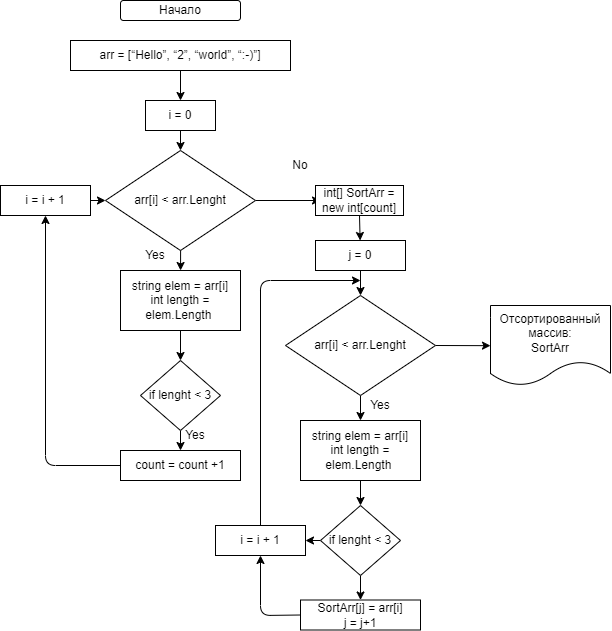
The draw.io diagram block.drawio.png in StaxxxInc/ControlWork, before a commit. Source tidied: cells renumbered, new cells last; positions are measured from the earlier drawing's top-left corner, leaving out a move shared by most shapes.
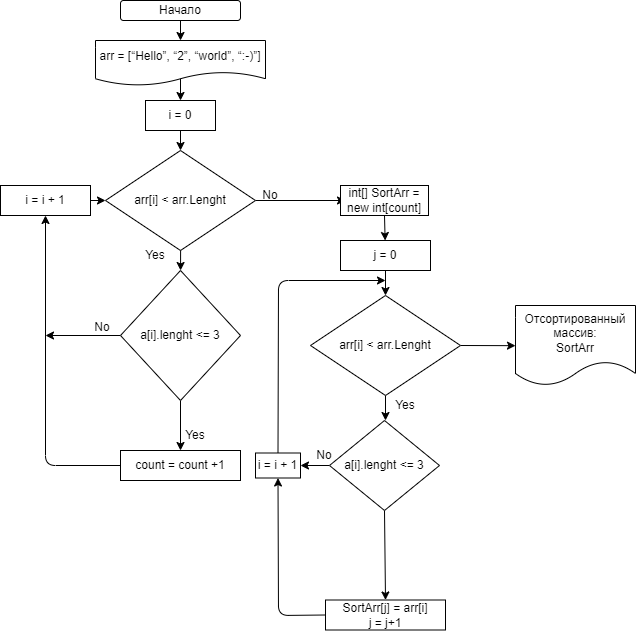
The same diagram one commit later.

Commit message:
программа готова + подправлена блок схема

Diff of the diagram source:
```diff
@@ -2,18 +2,22 @@
   <root>
     <mxCell id="0" />
     <mxCell id="1" parent="0" />
+    <mxCell id="40" style="edgeStyle=none;html=1;exitX=0.5;exitY=1;exitDx=0;exitDy=0;entryX=0.5;entryY=0;entryDx=0;entryDy=0;" parent="1" edge="1" source="2">
+      <mxGeometry relative="1" as="geometry">
+        <mxPoint x="180" y="40" as="targetPoint" />
+      </mxGeometry>
+    </mxCell>
     <mxCell id="2" value="Начало" style="rounded=1;whiteSpace=wrap;html=1;" parent="1" vertex="1">
       <mxGeometry x="120" width="120" height="20" as="geometry" />
     </mxCell>
-    <mxCell id="3" style="edgeStyle=none;html=1;exitX=0.5;exitY=1;exitDx=0;exitDy=0;entryX=0.5;entryY=0;entryDx=0;entryDy=0;" parent="1" edge="1" source="4" target="8">
-      <mxGeometry relative="1" as="geometry" />
+    <mxCell id="3" style="edgeStyle=none;html=1;exitX=0.5;exitY=1;exitDx=0;exitDy=0;entryX=0.5;entryY=0;entryDx=0;entryDy=0;" parent="1" edge="1" target="8">
+      <mxGeometry relative="1" as="geometry">
+        <mxPoint x="180" y="70" as="sourcePoint" />
+      </mxGeometry>
     </mxCell>
-    <mxCell id="4" value="arr = [“Hello”, “2”, “world”, “:-)”]" style="rounded=0;whiteSpace=wrap;html=1;" parent="1" vertex="1">
-      <mxGeometry x="70" y="40" width="220" height="30" as="geometry" />
-    </mxCell>
-    <mxCell id="5" style="edgeStyle=none;html=1;" parent="1" edge="1" source="6">
+    <mxCell id="5" style="edgeStyle=none;html=1;exitX=1;exitY=0.5;exitDx=0;exitDy=0;" parent="1" edge="1" source="6">
       <mxGeometry relative="1" as="geometry">
-        <mxPoint x="320" y="200" as="targetPoint" />
+        <mxPoint x="345" y="200" as="targetPoint" />
       </mxGeometry>
     </mxCell>
     <mxCell id="6" value="arr[i] &amp;lt; arr.Lenght" style="rhombus;whiteSpace=wrap;html=1;" parent="1" vertex="1">
@@ -31,26 +35,24 @@
     <mxCell id="10" value="i = i + 1" style="rounded=0;whiteSpace=wrap;html=1;" parent="1" vertex="1">
       <mxGeometry y="185" width="90" height="30" as="geometry" />
     </mxCell>
-    <mxCell id="11" style="edgeStyle=none;html=1;exitX=1.002;exitY=0.333;exitDx=0;exitDy=0;exitPerimeter=0;" parent="1" edge="1" source="12" target="15">
-      <mxGeometry relative="1" as="geometry" />
+    <mxCell id="11" style="edgeStyle=none;html=1;exitX=1.002;exitY=0.333;exitDx=0;exitDy=0;exitPerimeter=0;" parent="1" edge="1" source="12">
+      <mxGeometry relative="1" as="geometry">
+        <mxPoint x="180.1" y="270" as="targetPoint" />
+      </mxGeometry>
     </mxCell>
     <mxCell id="12" value="Yes" style="text;html=1;strokeColor=none;fillColor=none;align=center;verticalAlign=middle;whiteSpace=wrap;rounded=0;" parent="1" vertex="1">
       <mxGeometry x="130" y="240" width="50" height="30" as="geometry" />
     </mxCell>
-    <mxCell id="13" value="No" style="text;html=1;strokeColor=none;fillColor=none;align=center;verticalAlign=middle;whiteSpace=wrap;rounded=0;" parent="1" vertex="1">
-      <mxGeometry x="270" y="150" width="60" height="30" as="geometry" />
-    </mxCell>
-    <mxCell id="14" style="edgeStyle=none;html=1;exitX=0.5;exitY=1;exitDx=0;exitDy=0;" parent="1" edge="1" source="15" target="17">
-      <mxGeometry relative="1" as="geometry" />
-    </mxCell>
-    <mxCell id="15" value="&lt;span&gt;string elem = arr[i]&lt;br&gt;int length = elem.Length&amp;nbsp;&lt;/span&gt;" style="rounded=0;whiteSpace=wrap;html=1;" parent="1" vertex="1">
-      <mxGeometry x="120" y="270" width="120" height="60" as="geometry" />
-    </mxCell>
     <mxCell id="16" style="edgeStyle=none;html=1;exitX=0.5;exitY=1;exitDx=0;exitDy=0;entryX=0.5;entryY=0;entryDx=0;entryDy=0;" parent="1" edge="1" source="17" target="19">
       <mxGeometry relative="1" as="geometry" />
     </mxCell>
+    <mxCell id="41" style="edgeStyle=none;html=1;exitX=0;exitY=0.5;exitDx=0;exitDy=0;" parent="1" edge="1" source="17">
+      <mxGeometry relative="1" as="geometry">
+        <mxPoint x="45" y="335" as="targetPoint" />
+      </mxGeometry>
+    </mxCell>
-    <mxCell id="17" value="if lenght &amp;lt; 3" style="rhombus;whiteSpace=wrap;html=1;" parent="1" vertex="1">
-      <mxGeometry x="140" y="360" width="80" height="70" as="geometry" />
+    <mxCell id="17" value="a[i].lenght &amp;lt;= 3" style="rhombus;whiteSpace=wrap;html=1;" parent="1" vertex="1">
+      <mxGeometry x="120" y="270" width="120" height="130" as="geometry" />
     </mxCell>
     <mxCell id="18" style="edgeStyle=none;html=1;entryX=0.5;entryY=1;entryDx=0;entryDy=0;" parent="1" edge="1" source="19" target="10">
       <mxGeometry relative="1" as="geometry">
@@ -69,71 +71,85 @@
       <mxGeometry relative="1" as="geometry" />
     </mxCell>
     <mxCell id="22" value="j = 0" style="rounded=0;whiteSpace=wrap;html=1;" parent="1" vertex="1">
-      <mxGeometry x="315" y="240" width="90" height="30" as="geometry" />
+      <mxGeometry x="340" y="240" width="90" height="30" as="geometry" />
     </mxCell>
-    <mxCell id="23" style="edgeStyle=none;html=1;exitX=0.5;exitY=1;exitDx=0;exitDy=0;" parent="1" edge="1" source="25" target="27">
-      <mxGeometry relative="1" as="geometry" />
+    <mxCell id="23" style="edgeStyle=none;html=1;exitX=0.5;exitY=1;exitDx=0;exitDy=0;" parent="1" edge="1" source="25">
+      <mxGeometry relative="1" as="geometry">
+        <mxPoint x="385" y="420" as="targetPoint" />
+      </mxGeometry>
     </mxCell>
     <mxCell id="24" style="edgeStyle=none;html=1;exitX=1;exitY=0.5;exitDx=0;exitDy=0;" parent="1" edge="1" source="25">
       <mxGeometry relative="1" as="geometry">
-        <mxPoint x="490" y="345.2" as="targetPoint" />
+        <mxPoint x="515" y="345.2" as="targetPoint" />
       </mxGeometry>
     </mxCell>
     <mxCell id="25" value="arr[i] &amp;lt; arr.Lenght" style="rhombus;whiteSpace=wrap;html=1;" parent="1" vertex="1">
-      <mxGeometry x="285" y="295" width="150" height="100" as="geometry" />
+      <mxGeometry x="310" y="295" width="150" height="100" as="geometry" />
     </mxCell>
-    <mxCell id="26" style="edgeStyle=none;html=1;exitX=0.5;exitY=1;exitDx=0;exitDy=0;entryX=0.5;entryY=0;entryDx=0;entryDy=0;" parent="1" edge="1" source="27" target="30">
-      <mxGeometry relative="1" as="geometry" />
+    <mxCell id="26" style="edgeStyle=none;html=1;exitX=0.5;exitY=1;exitDx=0;exitDy=0;entryX=0.5;entryY=0;entryDx=0;entryDy=0;" parent="1" edge="1">
+      <mxGeometry relative="1" as="geometry">
+        <mxPoint x="385" y="480" as="sourcePoint" />
+        <mxPoint x="385" y="505" as="targetPoint" />
+      </mxGeometry>
     </mxCell>
-    <mxCell id="27" value="&lt;span&gt;string elem = arr[i]&lt;br&gt;int length = elem.Length&amp;nbsp;&lt;/span&gt;" style="rounded=0;whiteSpace=wrap;html=1;" parent="1" vertex="1">
-      <mxGeometry x="300" y="420" width="120" height="60" as="geometry" />
-    </mxCell>
-    <mxCell id="28" style="edgeStyle=none;html=1;exitX=0.5;exitY=1;exitDx=0;exitDy=0;entryX=0.5;entryY=0;entryDx=0;entryDy=0;" parent="1" edge="1" source="30" target="32">
+    <mxCell id="28" style="edgeStyle=none;html=1;exitX=0.5;exitY=1;exitDx=0;exitDy=0;entryX=0.5;entryY=0;entryDx=0;entryDy=0;" parent="1" edge="1" source="43" target="32">
       <mxGeometry relative="1" as="geometry" />
     </mxCell>
-    <mxCell id="29" style="edgeStyle=none;html=1;exitX=0;exitY=0.5;exitDx=0;exitDy=0;" parent="1" edge="1" source="30" target="39">
-      <mxGeometry relative="1" as="geometry" />
-    </mxCell>
-    <mxCell id="30" value="if lenght &amp;lt; 3" style="rhombus;whiteSpace=wrap;html=1;" parent="1" vertex="1">
-      <mxGeometry x="320" y="505" width="80" height="70" as="geometry" />
-    </mxCell>
     <mxCell id="31" style="edgeStyle=none;html=1;exitX=0;exitY=0.5;exitDx=0;exitDy=0;entryX=0.5;entryY=1;entryDx=0;entryDy=0;" parent="1" edge="1" source="32" target="39">
       <mxGeometry relative="1" as="geometry">
         <Array as="points">
-          <mxPoint x="260" y="615" />
+          <mxPoint x="278" y="615" />
         </Array>
       </mxGeometry>
     </mxCell>
     <mxCell id="32" value="SortArr[j] = arr[i]&lt;br&gt;j = j+1" style="rounded=0;whiteSpace=wrap;html=1;" parent="1" vertex="1">
-      <mxGeometry x="300" y="599.5" width="120" height="30" as="geometry" />
+      <mxGeometry x="325" y="599.5" width="120" height="30" as="geometry" />
     </mxCell>
     <mxCell id="33" style="edgeStyle=none;html=1;exitX=0.5;exitY=1;exitDx=0;exitDy=0;" parent="1" edge="1" source="35">
       <mxGeometry relative="1" as="geometry">
-        <mxPoint x="359.3" y="215.2" as="targetPoint" />
+        <mxPoint x="384.3" y="215.2" as="targetPoint" />
       </mxGeometry>
     </mxCell>
     <mxCell id="34" style="edgeStyle=none;html=1;exitX=0.5;exitY=1;exitDx=0;exitDy=0;" parent="1" edge="1" source="35" target="22">
       <mxGeometry relative="1" as="geometry" />
     </mxCell>
     <mxCell id="35" value="&lt;span&gt;int[] SortArr = new int[count]&lt;/span&gt;" style="rounded=0;whiteSpace=wrap;html=1;" parent="1" vertex="1">
-      <mxGeometry x="315" y="185" width="88" height="30" as="geometry" />
+      <mxGeometry x="340" y="185" width="88" height="30" as="geometry" />
     </mxCell>
     <mxCell id="36" value="Yes" style="text;html=1;strokeColor=none;fillColor=none;align=center;verticalAlign=middle;whiteSpace=wrap;rounded=0;" parent="1" vertex="1">
-      <mxGeometry x="355" y="390" width="50" height="30" as="geometry" />
+      <mxGeometry x="380" y="390" width="50" height="30" as="geometry" />
     </mxCell>
     <mxCell id="37" value="Отсортированный массив:&lt;br&gt;SortArr" style="shape=document;whiteSpace=wrap;html=1;boundedLbl=1;" parent="1" vertex="1">
-      <mxGeometry x="490" y="305" width="120" height="80" as="geometry" />
+      <mxGeometry x="515" y="305" width="120" height="80" as="geometry" />
     </mxCell>
     <mxCell id="38" style="edgeStyle=none;html=1;exitX=0.5;exitY=0;exitDx=0;exitDy=0;" parent="1" edge="1" source="39">
       <mxGeometry relative="1" as="geometry">
-        <mxPoint x="360" y="280" as="targetPoint" />
+        <mxPoint x="385" y="280" as="targetPoint" />
         <Array as="points">
-          <mxPoint x="260" y="280" />
+          <mxPoint x="278" y="280" />
         </Array>
       </mxGeometry>
     </mxCell>
     <mxCell id="39" value="i = i + 1" style="rounded=0;whiteSpace=wrap;html=1;" parent="1" vertex="1">
-      <mxGeometry x="215" y="525" width="90" height="30" as="geometry" />
+      <mxGeometry x="255" y="452.5" width="45" height="25" as="geometry" />
     </mxCell>
+    <mxCell id="4" value="&lt;span&gt;arr = [“Hello”, “2”, “world”, “:-)”]&lt;/span&gt;" style="shape=document;whiteSpace=wrap;html=1;boundedLbl=1;" parent="1" vertex="1">
+      <mxGeometry x="95" y="40" width="170" height="45" as="geometry" />
+    </mxCell>
+    <mxCell id="42" style="edgeStyle=none;html=1;exitX=0;exitY=0.5;exitDx=0;exitDy=0;" parent="1" edge="1" source="43" target="39">
+      <mxGeometry relative="1" as="geometry" />
+    </mxCell>
+    <mxCell id="43" value="a[i].lenght &amp;lt;= 3" style="rhombus;whiteSpace=wrap;html=1;" parent="1" vertex="1">
+      <mxGeometry x="329" y="420" width="110" height="90" as="geometry" />
+    </mxCell>
+    <mxCell id="44" value="No" style="text;html=1;strokeColor=none;fillColor=none;align=center;verticalAlign=middle;whiteSpace=wrap;rounded=0;" parent="1" vertex="1">
+      <mxGeometry x="72" y="312" width="60" height="30" as="geometry" />
+    </mxCell>
+    <mxCell id="45" value="No" style="text;html=1;strokeColor=none;fillColor=none;align=center;verticalAlign=middle;whiteSpace=wrap;rounded=0;" parent="1" vertex="1">
+      <mxGeometry x="240" y="180" width="60" height="30" as="geometry" />
+    </mxCell>
+    <mxCell id="46" value="No" style="text;html=1;strokeColor=none;fillColor=none;align=center;verticalAlign=middle;whiteSpace=wrap;rounded=0;" parent="1" vertex="1">
+      <mxGeometry x="294" y="440" width="60" height="30" as="geometry" />
+    </mxCell>
   </root>
 </mxGraphModel>
```
